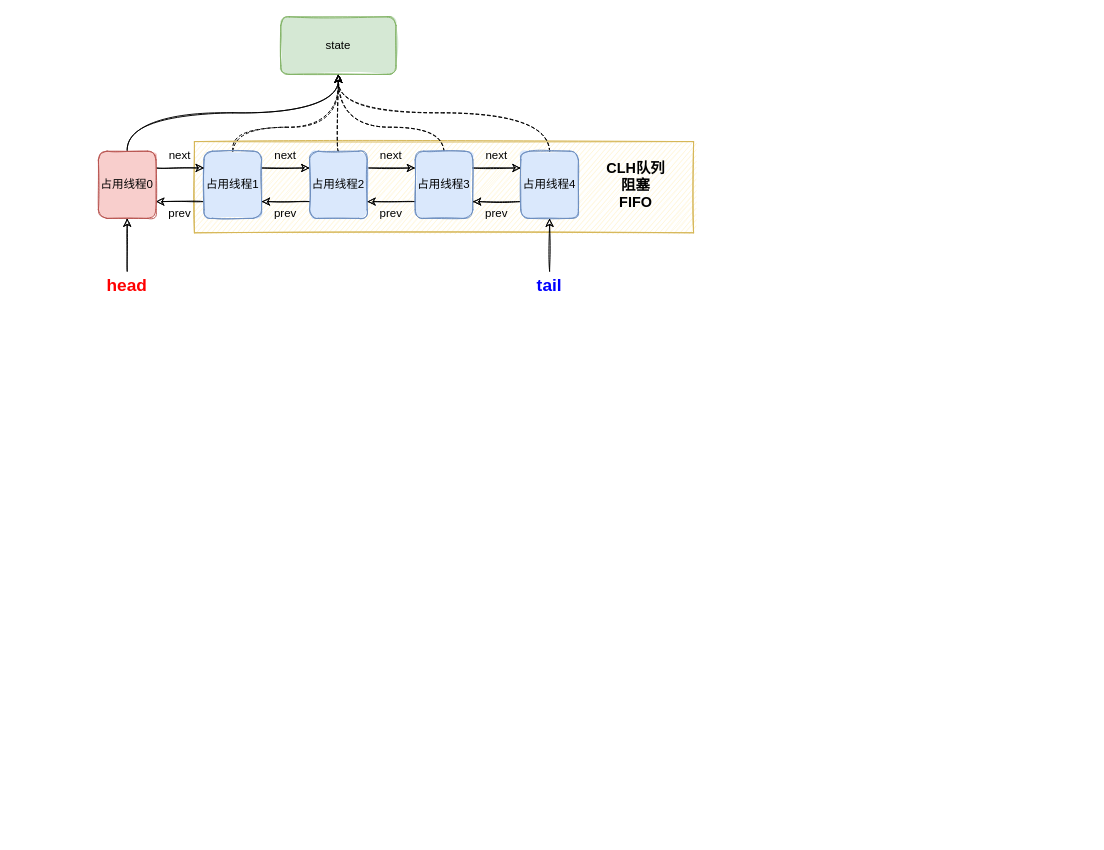
Above: draw-io/AQS.drawio in kpsmile95/file-repository (draw.io), before the change. Source tidied: cells renumbered, new cells numbered last; positions are measured from the earlier drawing's top-left corner, leaving out a move shared by most shapes. Both pictures are drawn from the tidied source at 96%, with x=0, y=0 at pixel (98, 16).
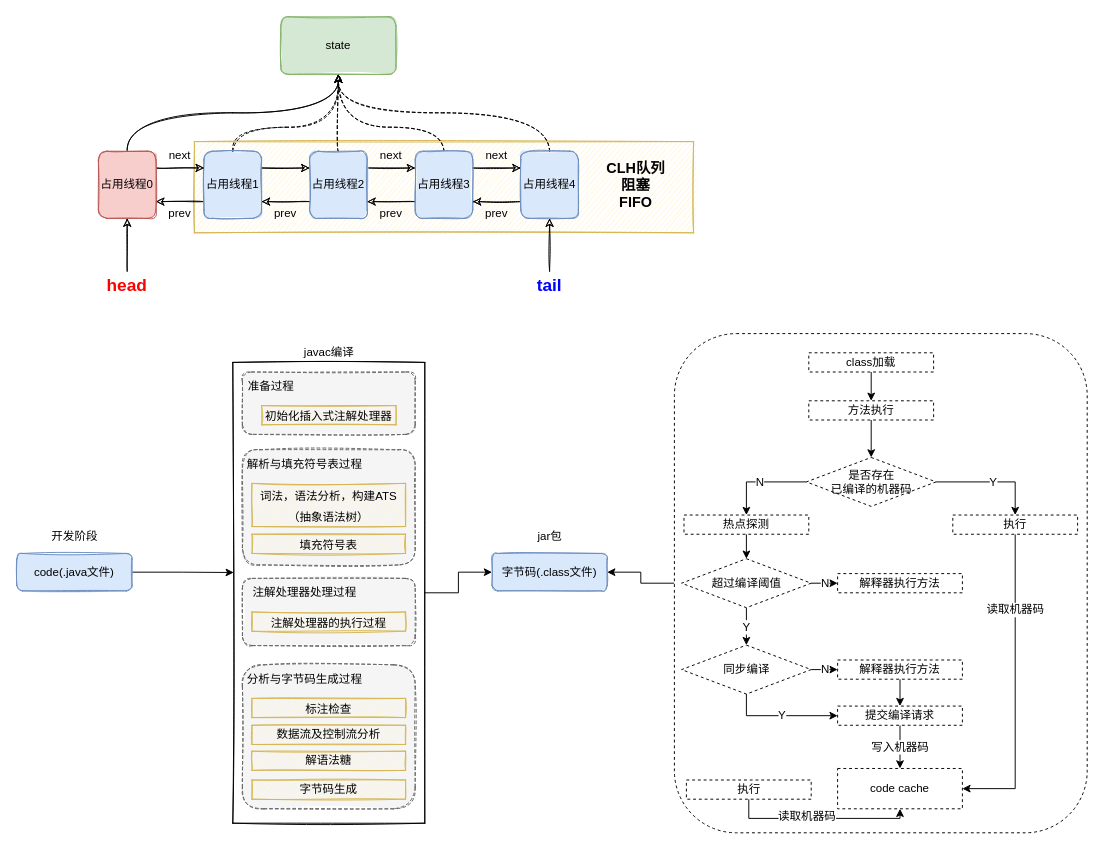
After the change.

The edit, as a diff of the source:
```diff
@@
-    <mxCell id="25" value="next" style="text;html=1;strokeColor=none;fillColor=none;align=center;verticalAlign=middle;whiteSpace=wrap;rounded=0;sketch=1;" parent="1" vertex="1">
-      <mxGeometry x="180" y="135" width="30" height="20" as="geometry" />
-    </mxCell>
@@
+    <mxCell id="35" style="edgeStyle=orthogonalEdgeStyle;rounded=0;jettySize=auto;html=1;exitX=1;exitY=0.5;exitDx=0;exitDy=0;entryX=0.005;entryY=0.456;entryDx=0;entryDy=0;entryPerimeter=0;fontSize=12;" parent="1" edge="1" source="36" target="39">
+      <mxGeometry relative="1" as="geometry" />
+    </mxCell>
+    <mxCell id="36" value="&lt;div&gt;code(.java文件)&lt;br&gt;&lt;/div&gt;" style="rounded=1;whiteSpace=wrap;html=1;sketch=1;fillColor=#dae8fc;strokeColor=#6c8ebf;fillStyle=solid;" parent="1" vertex="1">
+      <mxGeometry x="-85" y="559" width="120" height="39" as="geometry" />
+    </mxCell>
+    <mxCell id="37" value="开发阶段" style="text;html=1;strokeColor=none;fillColor=none;align=center;verticalAlign=middle;whiteSpace=wrap;rounded=0;sketch=1;" parent="1" vertex="1">
+      <mxGeometry x="-57.5" y="531" width="65" height="20" as="geometry" />
+    </mxCell>
+    <mxCell id="38" style="edgeStyle=orthogonalEdgeStyle;rounded=0;jettySize=auto;html=1;exitX=1;exitY=0.5;exitDx=0;exitDy=0;entryX=0;entryY=0.5;entryDx=0;entryDy=0;fontSize=12;" parent="1" edge="1" source="39" target="57">
+      <mxGeometry relative="1" as="geometry" />
+    </mxCell>
+    <mxCell id="39" style="rounded=0;whiteSpace=wrap;html=1;fontSize=18;sketch=1;shadow=0;glass=0;" parent="1" vertex="1">
+      <mxGeometry x="140" y="360" width="200" height="480" as="geometry" />
+    </mxCell>
+    <mxCell id="40" style="rounded=1;whiteSpace=wrap;html=1;sketch=1;fillColor=#f5f5f5;strokeColor=#666666;fillStyle=solid;fontColor=#333333;dashed=1;" parent="1" vertex="1">
+      <mxGeometry x="150" y="370" width="180" height="65" as="geometry" />
+    </mxCell>
+    <mxCell id="41" value="准备过程" style="text;html=1;strokeColor=none;fillColor=none;align=center;verticalAlign=middle;whiteSpace=wrap;rounded=0;sketch=1;" parent="1" vertex="1">
+      <mxGeometry x="150" y="375" width="60" height="20" as="geometry" />
+    </mxCell>
+    <mxCell id="42" value="&lt;font style=&quot;font-size: 17px;&quot;&gt;&lt;font style=&quot;font-size: 16px;&quot;&gt;&lt;font style=&quot;font-size: 15px;&quot;&gt;&lt;font style=&quot;font-size: 14px;&quot;&gt;&lt;font style=&quot;font-size: 13px;&quot;&gt;&lt;font style=&quot;font-size: 12px;&quot;&gt;初始化插入式注解处理器&lt;/font&gt;&lt;/font&gt;&lt;/font&gt;&lt;/font&gt;&lt;/font&gt;&lt;/font&gt;" style="rounded=0;whiteSpace=wrap;html=1;fontSize=18;sketch=1;fillColor=#fff2cc;strokeColor=#d6b656;shadow=0;glass=0;" parent="1" vertex="1">
+      <mxGeometry x="170" y="405" width="140" height="20" as="geometry" />
+    </mxCell>
+    <mxCell id="43" style="rounded=1;whiteSpace=wrap;html=1;sketch=1;fillColor=#f5f5f5;strokeColor=#666666;fillStyle=solid;fontColor=#333333;dashed=1;" parent="1" vertex="1">
+      <mxGeometry x="150" y="451" width="180" height="120" as="geometry" />
+    </mxCell>
+    <mxCell id="44" value="解析与填充符号表过程" style="text;html=1;strokeColor=none;fillColor=none;align=center;verticalAlign=middle;whiteSpace=wrap;rounded=0;sketch=1;" parent="1" vertex="1">
+      <mxGeometry x="150" y="456" width="130" height="20" as="geometry" />
+    </mxCell>
+    <mxCell id="45" value="&lt;font style=&quot;font-size: 17px;&quot;&gt;&lt;font style=&quot;font-size: 16px;&quot;&gt;&lt;font style=&quot;font-size: 15px;&quot;&gt;&lt;font style=&quot;font-size: 14px;&quot;&gt;&lt;font style=&quot;font-size: 13px;&quot;&gt;&lt;font style=&quot;font-size: 12px;&quot;&gt;词法，语法分析，构建ATS（抽象语法树）&lt;/font&gt;&lt;/font&gt;&lt;/font&gt;&lt;/font&gt;&lt;/font&gt;&lt;/font&gt;" style="rounded=0;whiteSpace=wrap;html=1;fontSize=18;sketch=1;fillColor=#fff2cc;strokeColor=#d6b656;shadow=0;glass=0;" parent="1" vertex="1">
+      <mxGeometry x="160" y="486" width="160" height="45" as="geometry" />
+    </mxCell>
+    <mxCell id="46" value="&lt;font style=&quot;font-size: 17px;&quot;&gt;&lt;font style=&quot;font-size: 16px;&quot;&gt;&lt;font style=&quot;font-size: 15px;&quot;&gt;&lt;font style=&quot;font-size: 14px;&quot;&gt;&lt;font style=&quot;font-size: 13px;&quot;&gt;&lt;font style=&quot;font-size: 12px;&quot;&gt;填充符号表&lt;/font&gt;&lt;/font&gt;&lt;/font&gt;&lt;/font&gt;&lt;/font&gt;&lt;/font&gt;" style="rounded=0;whiteSpace=wrap;html=1;fontSize=18;sketch=1;fillColor=#fff2cc;strokeColor=#d6b656;shadow=0;glass=0;" parent="1" vertex="1">
+      <mxGeometry x="160" y="539" width="160" height="20" as="geometry" />
+    </mxCell>
+    <mxCell id="47" style="rounded=1;whiteSpace=wrap;html=1;sketch=1;fillColor=#f5f5f5;strokeColor=#666666;fillStyle=solid;fontColor=#333333;dashed=1;" parent="1" vertex="1">
+      <mxGeometry x="150" y="585" width="180" height="70" as="geometry" />
+    </mxCell>
+    <mxCell id="48" value="注解处理器处理过程" style="text;html=1;strokeColor=none;fillColor=none;align=center;verticalAlign=middle;whiteSpace=wrap;rounded=0;sketch=1;" parent="1" vertex="1">
+      <mxGeometry x="150" y="590" width="130" height="20" as="geometry" />
+    </mxCell>
+    <mxCell id="49" value="&lt;font style=&quot;font-size: 17px;&quot;&gt;&lt;font style=&quot;font-size: 16px;&quot;&gt;&lt;font style=&quot;font-size: 15px;&quot;&gt;&lt;font style=&quot;font-size: 14px;&quot;&gt;&lt;font style=&quot;font-size: 13px;&quot;&gt;&lt;font style=&quot;font-size: 12px;&quot;&gt;注解处理器的执行过程&lt;/font&gt;&lt;/font&gt;&lt;/font&gt;&lt;/font&gt;&lt;/font&gt;&lt;/font&gt;" style="rounded=0;whiteSpace=wrap;html=1;fontSize=18;sketch=1;fillColor=#fff2cc;strokeColor=#d6b656;shadow=0;glass=0;" parent="1" vertex="1">
+      <mxGeometry x="160" y="620" width="160" height="20" as="geometry" />
+    </mxCell>
+    <mxCell id="50" style="rounded=1;whiteSpace=wrap;html=1;sketch=1;fillColor=#f5f5f5;strokeColor=#666666;fillStyle=solid;fontColor=#333333;dashed=1;" parent="1" vertex="1">
+      <mxGeometry x="150" y="675" width="180" height="150" as="geometry" />
+    </mxCell>
+    <mxCell id="51" value="分析与字节码生成过程" style="text;html=1;strokeColor=none;fillColor=none;align=center;verticalAlign=middle;whiteSpace=wrap;rounded=0;sketch=1;" parent="1" vertex="1">
+      <mxGeometry x="150" y="680" width="130" height="20" as="geometry" />
+    </mxCell>
+    <mxCell id="52" value="&lt;font style=&quot;font-size: 17px;&quot;&gt;&lt;font style=&quot;font-size: 16px;&quot;&gt;&lt;font style=&quot;font-size: 15px;&quot;&gt;&lt;font style=&quot;font-size: 14px;&quot;&gt;&lt;font style=&quot;font-size: 13px;&quot;&gt;&lt;font style=&quot;font-size: 12px;&quot;&gt;标注检查&lt;/font&gt;&lt;/font&gt;&lt;/font&gt;&lt;/font&gt;&lt;/font&gt;&lt;/font&gt;" style="rounded=0;whiteSpace=wrap;html=1;fontSize=18;sketch=1;fillColor=#fff2cc;strokeColor=#d6b656;shadow=0;glass=0;" parent="1" vertex="1">
+      <mxGeometry x="160" y="710" width="160" height="20" as="geometry" />
+    </mxCell>
+    <mxCell id="53" value="&lt;span style=&quot;font-size: 12px;&quot;&gt;数据流及控制流分析&lt;/span&gt;" style="rounded=0;whiteSpace=wrap;html=1;fontSize=12;sketch=1;fillColor=#fff2cc;strokeColor=#d6b656;shadow=0;glass=0;fontStyle=0;align=center;" parent="1" vertex="1">
+      <mxGeometry x="160" y="738" width="160" height="20" as="geometry" />
+    </mxCell>
+    <mxCell id="54" value="&lt;span style=&quot;font-size: 12px;&quot;&gt;解语法糖&lt;/span&gt;" style="rounded=0;whiteSpace=wrap;html=1;fontSize=12;sketch=1;fillColor=#fff2cc;strokeColor=#d6b656;shadow=0;glass=0;fontStyle=0;align=center;" parent="1" vertex="1">
+      <mxGeometry x="160" y="765" width="160" height="20" as="geometry" />
+    </mxCell>
+    <mxCell id="55" value="&lt;span style=&quot;font-size: 12px;&quot;&gt;字节码生成&lt;/span&gt;" style="rounded=0;whiteSpace=wrap;html=1;fontSize=12;sketch=1;fillColor=#fff2cc;strokeColor=#d6b656;shadow=0;glass=0;fontStyle=0;align=center;" parent="1" vertex="1">
+      <mxGeometry x="160" y="795" width="160" height="20" as="geometry" />
+    </mxCell>
+    <mxCell id="56" value="javac编译" style="text;html=1;strokeColor=none;fillColor=none;align=center;verticalAlign=middle;whiteSpace=wrap;rounded=0;sketch=1;" parent="1" vertex="1">
+      <mxGeometry x="207.5" y="340" width="65" height="20" as="geometry" />
+    </mxCell>
+    <mxCell id="57" value="字节码(.class文件)" style="rounded=1;whiteSpace=wrap;html=1;sketch=1;fillColor=#dae8fc;strokeColor=#6c8ebf;fillStyle=solid;" parent="1" vertex="1">
+      <mxGeometry x="410" y="559" width="120" height="39" as="geometry" />
+    </mxCell>
+    <mxCell id="58" value="jar包" style="text;html=1;strokeColor=none;fillColor=none;align=center;verticalAlign=middle;whiteSpace=wrap;rounded=0;sketch=1;" parent="1" vertex="1">
+      <mxGeometry x="437.5" y="531" width="65" height="20" as="geometry" />
+    </mxCell>
+    <mxCell id="59" style="edgeStyle=orthogonalEdgeStyle;rounded=0;jettySize=auto;html=1;exitX=0;exitY=0.5;exitDx=0;exitDy=0;entryX=1;entryY=0.5;entryDx=0;entryDy=0;fontSize=12;" parent="1" edge="1" source="60" target="57">
+      <mxGeometry relative="1" as="geometry" />
+    </mxCell>
+    <mxCell id="60" style="rounded=1;whiteSpace=wrap;html=1;dashed=1;fontSize=12;" parent="1" vertex="1">
+      <mxGeometry x="600" y="330" width="430" height="520" as="geometry" />
+    </mxCell>
+    <mxCell id="61" style="edgeStyle=orthogonalEdgeStyle;rounded=0;jettySize=auto;html=1;exitX=0.5;exitY=1;exitDx=0;exitDy=0;entryX=0.5;entryY=0;entryDx=0;entryDy=0;fontSize=12;" parent="1" edge="1" source="62" target="64">
+      <mxGeometry relative="1" as="geometry" />
+    </mxCell>
+    <mxCell id="62" value="class加载" style="rounded=0;whiteSpace=wrap;html=1;dashed=1;fontSize=12;" parent="1" vertex="1">
+      <mxGeometry x="740" y="350" width="130" height="20" as="geometry" />
+    </mxCell>
+    <mxCell id="63" style="edgeStyle=orthogonalEdgeStyle;rounded=0;jettySize=auto;html=1;exitX=0.5;exitY=1;exitDx=0;exitDy=0;entryX=0.5;entryY=0;entryDx=0;entryDy=0;fontSize=12;" parent="1" edge="1" source="64" target="67">
+      <mxGeometry relative="1" as="geometry" />
+    </mxCell>
+    <mxCell id="64" value="方法执行" style="rounded=0;whiteSpace=wrap;html=1;dashed=1;fontSize=12;" parent="1" vertex="1">
+      <mxGeometry x="740" y="400" width="130" height="20" as="geometry" />
+    </mxCell>
+    <mxCell id="65" value="N" style="edgeStyle=orthogonalEdgeStyle;rounded=0;jettySize=auto;html=1;exitX=0;exitY=0.5;exitDx=0;exitDy=0;entryX=0.5;entryY=0;entryDx=0;entryDy=0;fontSize=12;" parent="1" edge="1" source="67" target="72">
+      <mxGeometry relative="1" as="geometry" />
+    </mxCell>
+    <mxCell id="66" value="Y" style="edgeStyle=orthogonalEdgeStyle;rounded=0;jettySize=auto;html=1;exitX=1;exitY=0.5;exitDx=0;exitDy=0;entryX=0.5;entryY=0;entryDx=0;entryDy=0;fontSize=12;" parent="1" edge="1" source="67" target="70">
+      <mxGeometry relative="1" as="geometry" />
+    </mxCell>
+    <mxCell id="67" value="&lt;div&gt;是否存在&lt;/div&gt;&lt;div&gt;已编译的机器码&lt;/div&gt;" style="rhombus;whiteSpace=wrap;html=1;dashed=1;fontSize=12;" parent="1" vertex="1">
+      <mxGeometry x="737.5" y="459" width="135" height="51" as="geometry" />
+    </mxCell>
+    <mxCell id="68" style="edgeStyle=orthogonalEdgeStyle;rounded=0;jettySize=auto;html=1;exitX=0.5;exitY=1;exitDx=0;exitDy=0;entryX=1;entryY=0.5;entryDx=0;entryDy=0;fontSize=12;" parent="1" edge="1" source="70" target="84">
+      <mxGeometry relative="1" as="geometry" />
+    </mxCell>
+    <mxCell id="69" value="读取机器码" style="edgeLabel;html=1;align=center;verticalAlign=middle;fontSize=12;" parent="68" vertex="1">
+      <mxGeometry x="-0.51" y="-1" relative="1" as="geometry" />
+    </mxCell>
+    <mxCell id="70" value="执行" style="rounded=0;whiteSpace=wrap;html=1;dashed=1;fontSize=12;" parent="1" vertex="1">
+      <mxGeometry x="890" y="519" width="130" height="20" as="geometry" />
+    </mxCell>
+    <mxCell id="71" style="edgeStyle=orthogonalEdgeStyle;rounded=0;jettySize=auto;html=1;exitX=0.5;exitY=1;exitDx=0;exitDy=0;entryX=0.5;entryY=0;entryDx=0;entryDy=0;fontSize=12;" parent="1" edge="1" source="72" target="75">
+      <mxGeometry relative="1" as="geometry" />
+    </mxCell>
+    <mxCell id="72" value="热点探测" style="rounded=0;whiteSpace=wrap;html=1;dashed=1;fontSize=12;" parent="1" vertex="1">
+      <mxGeometry x="610" y="519" width="130" height="20" as="geometry" />
+    </mxCell>
+    <mxCell id="73" value="Y" style="edgeStyle=orthogonalEdgeStyle;rounded=0;jettySize=auto;html=1;exitX=0.5;exitY=1;exitDx=0;exitDy=0;entryX=0.5;entryY=0;entryDx=0;entryDy=0;fontSize=12;" parent="1" edge="1" source="75" target="81">
+      <mxGeometry relative="1" as="geometry" />
+    </mxCell>
+    <mxCell id="74" value="N" style="edgeStyle=orthogonalEdgeStyle;rounded=0;jettySize=auto;html=1;exitX=1;exitY=0.5;exitDx=0;exitDy=0;entryX=0;entryY=0.5;entryDx=0;entryDy=0;fontSize=12;" parent="1" edge="1" source="75" target="76">
+      <mxGeometry relative="1" as="geometry" />
+    </mxCell>
+    <mxCell id="75" value="超过编译阈值" style="rhombus;whiteSpace=wrap;html=1;dashed=1;fontSize=12;" parent="1" vertex="1">
+      <mxGeometry x="607.5" y="564.5" width="135" height="51" as="geometry" />
+    </mxCell>
+    <mxCell id="76" value="解释器执行方法" style="rounded=0;whiteSpace=wrap;html=1;dashed=1;fontSize=12;" parent="1" vertex="1">
+      <mxGeometry x="770" y="580" width="130" height="20" as="geometry" />
+    </mxCell>
+    <mxCell id="77" style="edgeStyle=orthogonalEdgeStyle;rounded=0;jettySize=auto;html=1;exitX=0.5;exitY=1;exitDx=0;exitDy=0;entryX=0.5;entryY=0;entryDx=0;entryDy=0;fontSize=12;" parent="1" edge="1" source="78" target="83">
+      <mxGeometry relative="1" as="geometry" />
+    </mxCell>
+    <mxCell id="78" value="解释器执行方法" style="rounded=0;whiteSpace=wrap;html=1;dashed=1;fontSize=12;" parent="1" vertex="1">
+      <mxGeometry x="770" y="670" width="130" height="20" as="geometry" />
+    </mxCell>
+    <mxCell id="79" value="N" style="edgeStyle=orthogonalEdgeStyle;rounded=0;jettySize=auto;html=1;exitX=1;exitY=0.5;exitDx=0;exitDy=0;entryX=0;entryY=0.5;entryDx=0;entryDy=0;fontSize=12;" parent="1" edge="1" source="81" target="78">
+      <mxGeometry relative="1" as="geometry" />
+    </mxCell>
+    <mxCell id="80" value="Y" style="edgeStyle=orthogonalEdgeStyle;rounded=0;jettySize=auto;html=1;exitX=0.5;exitY=1;exitDx=0;exitDy=0;entryX=0;entryY=0.5;entryDx=0;entryDy=0;fontSize=12;" parent="1" edge="1" source="81" target="83">
+      <mxGeometry relative="1" as="geometry" />
+    </mxCell>
+    <mxCell id="81" value="同步编译" style="rhombus;whiteSpace=wrap;html=1;dashed=1;fontSize=12;" parent="1" vertex="1">
+      <mxGeometry x="607.5" y="654.5" width="135" height="51" as="geometry" />
+    </mxCell>
+    <mxCell id="82" value="写入机器码" style="edgeStyle=orthogonalEdgeStyle;rounded=0;jettySize=auto;html=1;fontSize=12;" parent="1" edge="1" source="83" target="84">
+      <mxGeometry relative="1" as="geometry" />
+    </mxCell>
+    <mxCell id="83" value="提交编译请求" style="rounded=0;whiteSpace=wrap;html=1;dashed=1;fontSize=12;" parent="1" vertex="1">
+      <mxGeometry x="770" y="718" width="130" height="20" as="geometry" />
+    </mxCell>
+    <mxCell id="84" value="code cache" style="rounded=0;whiteSpace=wrap;html=1;dashed=1;fontSize=12;" parent="1" vertex="1">
+      <mxGeometry x="770" y="783" width="130" height="42" as="geometry" />
+    </mxCell>
+    <mxCell id="85" style="edgeStyle=orthogonalEdgeStyle;rounded=0;jettySize=auto;html=1;exitX=0.5;exitY=1;exitDx=0;exitDy=0;entryX=0.5;entryY=1;entryDx=0;entryDy=0;fontSize=12;" parent="1" edge="1" source="87" target="84">
+      <mxGeometry relative="1" as="geometry" />
+    </mxCell>
+    <mxCell id="86" value="读取机器码" style="edgeLabel;html=1;align=center;verticalAlign=middle;fontSize=12;" parent="85" vertex="1">
+      <mxGeometry x="-0.16" y="3" relative="1" as="geometry">
+        <mxPoint x="1" as="offset" />
+      </mxGeometry>
+    </mxCell>
+    <mxCell id="87" value="执行" style="rounded=0;whiteSpace=wrap;html=1;dashed=1;fontSize=12;" parent="1" vertex="1">
+      <mxGeometry x="612.5" y="795" width="130" height="20" as="geometry" />
+    </mxCell>
```
